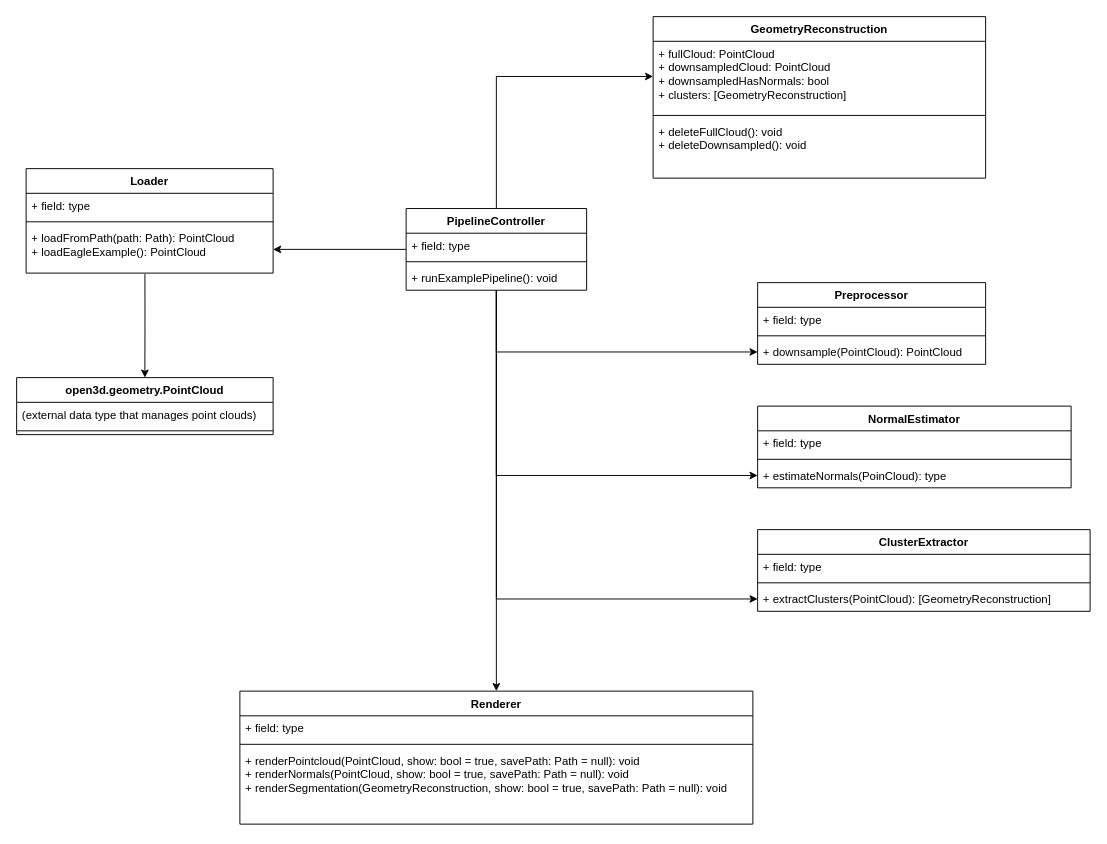
The draw.io diagram EagleProcessing.drawio in PatrickSowinski/Open3dRenderDemo, before the edit. Source tidied: cells renumbered, new cells numbered last; positions are measured from the earlier drawing's top-left corner, leaving out a move shared by most shapes. Both pictures are drawn from the tidied source at 95%, with x=0, y=0 at pixel (16, 16).
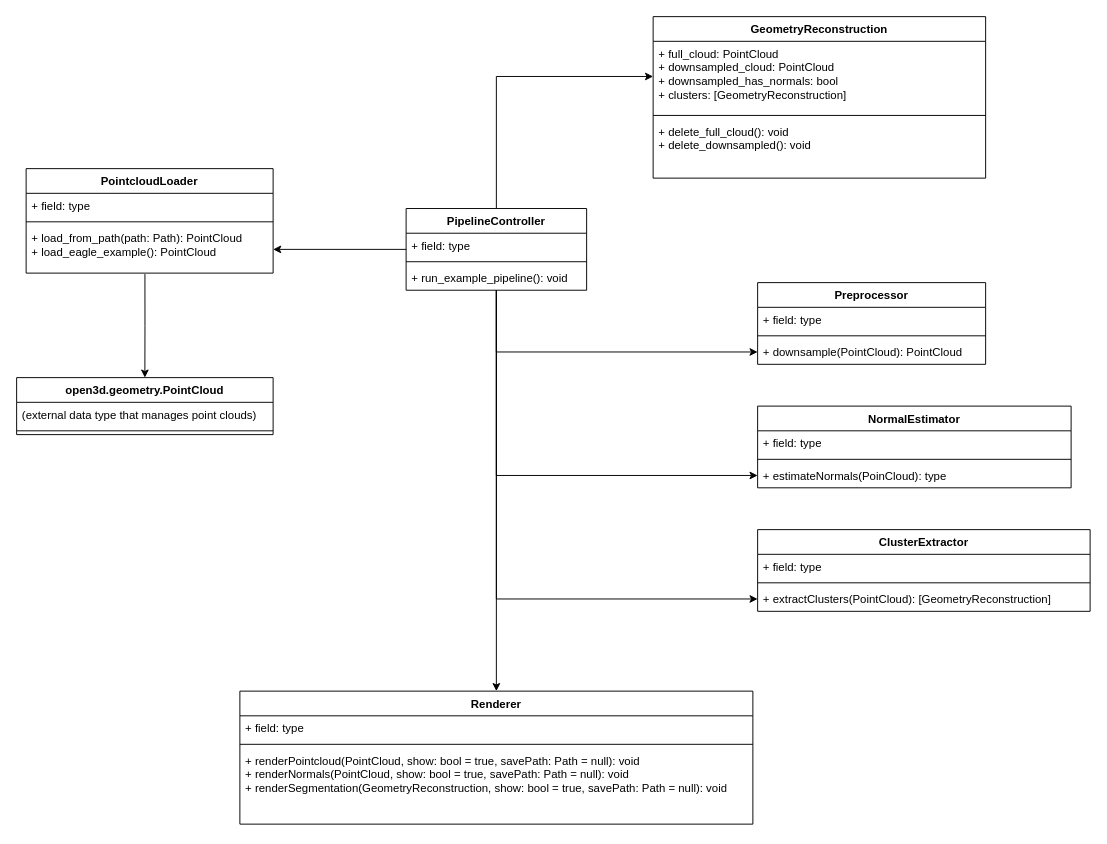
Above is the later version.

The change refers to these unchanged cells:
```xml
<mxCell id="23" value="Geometry&lt;span style=&quot;background-color: transparent; color: light-dark(rgb(0, 0, 0), rgb(255, 255, 255));&quot;&gt;Reconstruction&lt;/span&gt;" style="swimlane;fontStyle=1;align=center;verticalAlign=top;horizontal=1;startSize=26;whiteSpace=wrap;html=1;" parent="1" vertex="1">
  <mxGeometry x="670" width="350" height="170" as="geometry" />
</mxCell>
<mxCell id="33" value="PipelineController" style="swimlane;fontStyle=1;align=center;verticalAlign=top;horizontal=1;startSize=26;whiteSpace=wrap;html=1;" parent="1" vertex="1">
  <mxGeometry x="410" y="202" width="190" height="86" as="geometry" />
</mxCell>
```

Change to the diagram source:
```diff
@@
-    <mxCell id="3" value="Loader" style="swimlane;fontStyle=1;align=center;verticalAlign=top;horizontal=1;startSize=26;whiteSpace=wrap;html=1;" parent="1" vertex="1">
+    <mxCell id="3" value="PointcloudLoader" style="swimlane;fontStyle=1;align=center;verticalAlign=top;horizontal=1;startSize=26;whiteSpace=wrap;html=1;" parent="1" vertex="1">
       <mxGeometry x="10" y="160" width="260" height="110" as="geometry" />
     </mxCell>
@@
-    <mxCell id="6" value="+ loadFromPath(path: Path): PointCloud&lt;div&gt;+ loadEagleExample(): PointCloud&lt;/div&gt;" style="text;strokeColor=none;fillColor=none;align=left;verticalAlign=top;spacingLeft=4;spacingRight=4;overflow=hidden;points=[[0,0.5],[1,0.5]];portConstraint=eastwest;whiteSpace=wrap;html=1;" parent="3" vertex="1">
+    <mxCell id="6" value="+ load_from_path(path: Path): PointCloud&lt;div&gt;+ load_eagle_example(): PointCloud&lt;/div&gt;" style="text;strokeColor=none;fillColor=none;align=left;verticalAlign=top;spacingLeft=4;spacingRight=4;overflow=hidden;points=[[0,0.5],[1,0.5]];portConstraint=eastwest;whiteSpace=wrap;html=1;" parent="3" vertex="1">
       <mxGeometry y="60" width="260" height="50" as="geometry" />
     </mxCell>
@@
-    <mxCell id="24" value="+ fullCloud: PointCloud&lt;div&gt;+ downsampledCloud: PointCloud&lt;/div&gt;&lt;div&gt;+ downsampledHasNormals: bool&lt;/div&gt;&lt;div&gt;+ clusters: [GeometryReconstruction]&lt;/div&gt;" style="text;strokeColor=none;fillColor=none;align=left;verticalAlign=top;spacingLeft=4;spacingRight=4;overflow=hidden;points=[[0,0.5],[1,0.5]];portConstraint=eastwest;whiteSpace=wrap;html=1;" parent="23" vertex="1">
+    <mxCell id="24" value="+ full_cloud: PointCloud&lt;div&gt;+ downsampled_cloud: PointCloud&lt;/div&gt;&lt;div&gt;+ downsampled_has_normals: bool&lt;/div&gt;&lt;div&gt;+ clusters: [GeometryReconstruction]&lt;/div&gt;" style="text;strokeColor=none;fillColor=none;align=left;verticalAlign=top;spacingLeft=4;spacingRight=4;overflow=hidden;points=[[0,0.5],[1,0.5]];portConstraint=eastwest;whiteSpace=wrap;html=1;" parent="23" vertex="1">
       <mxGeometry y="26" width="350" height="74" as="geometry" />
     </mxCell>
@@
-    <mxCell id="26" value="+&amp;nbsp;&lt;span style=&quot;background-color: transparent; color: light-dark(rgb(0, 0, 0), rgb(255, 255, 255));&quot;&gt;deleteFullCloud(): void&lt;/span&gt;&lt;div&gt;+ deleteDownsampled(): void&lt;/div&gt;" style="text;strokeColor=none;fillColor=none;align=left;verticalAlign=top;spacingLeft=4;spacingRight=4;overflow=hidden;whiteSpace=wrap;html=1;" parent="23" vertex="1">
+    <mxCell id="26" value="+&amp;nbsp;&lt;span style=&quot;background-color: transparent; color: light-dark(rgb(0, 0, 0), rgb(255, 255, 255));&quot;&gt;delete_full_cloud(): void&lt;/span&gt;&lt;div&gt;+ delete_downsampled(): void&lt;/div&gt;" style="text;strokeColor=none;fillColor=none;align=left;verticalAlign=top;spacingLeft=4;spacingRight=4;overflow=hidden;whiteSpace=wrap;html=1;" parent="23" vertex="1">
       <mxGeometry y="108" width="350" height="62" as="geometry" />
     </mxCell>
@@
-    <mxCell id="36" value="+ runExamplePipeline(): void" style="text;strokeColor=none;fillColor=none;align=left;verticalAlign=top;spacingLeft=4;spacingRight=4;overflow=hidden;whiteSpace=wrap;html=1;" parent="33" vertex="1">
+    <mxCell id="36" value="+ run_example_pipeline(): void" style="text;strokeColor=none;fillColor=none;align=left;verticalAlign=top;spacingLeft=4;spacingRight=4;overflow=hidden;whiteSpace=wrap;html=1;" parent="33" vertex="1">
       <mxGeometry y="60" width="190" height="26" as="geometry" />
     </mxCell>
```
